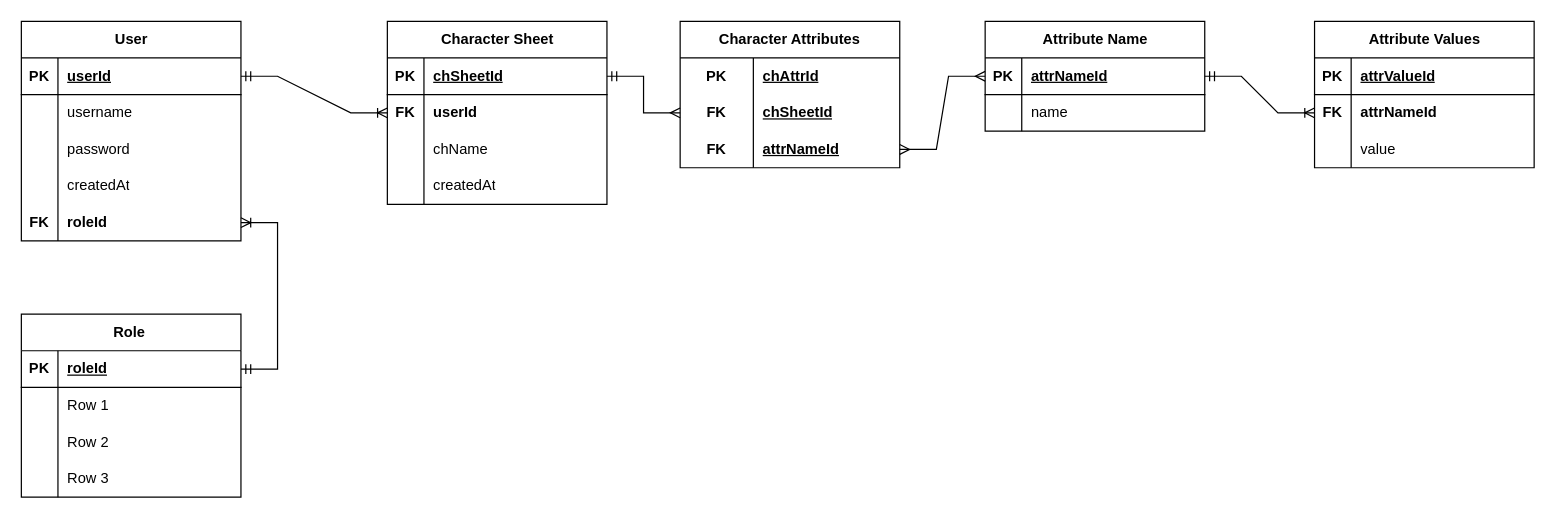
This is db-diagram.drawio from decioneto/rpg-ghanor-dashboard, a draw.io file, before an edit. Source tidied: cells renumbered, new cells numbered last; positions are measured from the earlier drawing's top-left corner, leaving out a move shared by most shapes. Both pictures are drawn from the tidied source at 122%, with x=0, y=0 at pixel (21, 21).
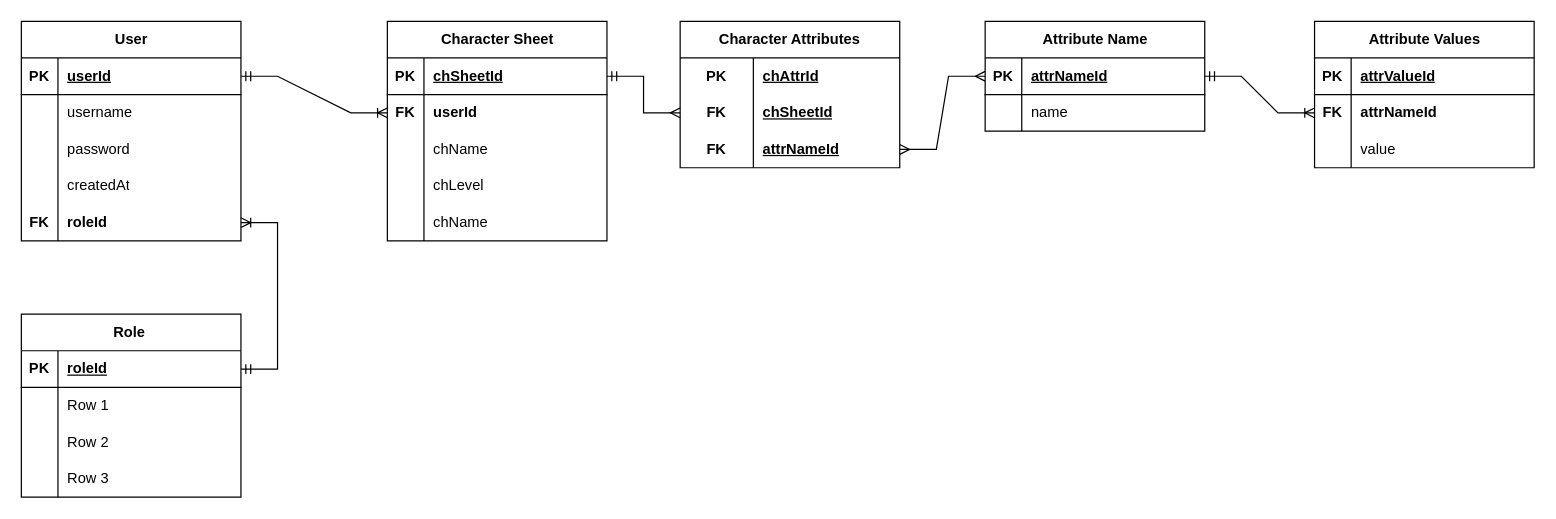
Above is the later version.

Commit message (it also covers changes not shown here):
schemas adjustments

The change refers to these unchanged cells:
```xml
<mxCell id="41" style="shape=tableRow;horizontal=0;startSize=0;swimlaneHead=0;swimlaneBody=0;fillColor=none;top=0;left=0;right=0;bottom=0;" parent="31" vertex="1">
  <mxGeometry y="120" width="180" height="30" as="geometry" />
</mxCell>
```

The edit, as a diff of the source:
```diff
@@
     <mxCell id="31" value="Character Sheet" style="shape=table;startSize=30;childLayout=tableLayout;rowLines=0;fontStyle=1;align=center;html=1;" parent="1" vertex="1">
-      <mxGeometry x="300" width="180" height="150" as="geometry" />
+      <mxGeometry x="300" width="180" height="180" as="geometry" />
     </mxCell>
@@
-    <mxCell id="43" value="createdAt" style="shape=partialRectangle;fillColor=none;top=0;left=0;bottom=0;right=0;align=left;spacingLeft=6;overflow=hidden;whiteSpace=wrap;html=1;" parent="41" vertex="1">
+    <mxCell id="43" value="chLevel" style="shape=partialRectangle;fillColor=none;top=0;left=0;bottom=0;right=0;align=left;spacingLeft=6;overflow=hidden;whiteSpace=wrap;html=1;" parent="41" vertex="1">
       <mxGeometry x="30" width="150" height="30" as="geometry" />
     </mxCell>
+    <mxCell id="76" style="shape=tableRow;horizontal=0;startSize=0;swimlaneHead=0;swimlaneBody=0;fillColor=none;top=0;left=0;right=0;bottom=0;" parent="31" vertex="1">
+      <mxGeometry y="150" width="180" height="30" as="geometry" />
+    </mxCell>
+    <mxCell id="77" style="shape=partialRectangle;fillColor=none;top=0;left=0;bottom=0;right=0;overflow=hidden;whiteSpace=wrap;html=1;" parent="76" vertex="1">
+      <mxGeometry width="30" height="30" as="geometry" />
+    </mxCell>
+    <mxCell id="78" value="chName" style="shape=partialRectangle;fillColor=none;top=0;left=0;bottom=0;right=0;align=left;spacingLeft=6;overflow=hidden;whiteSpace=wrap;html=1;" parent="76" vertex="1">
+      <mxGeometry x="30" width="150" height="30" as="geometry" />
+    </mxCell>
```
